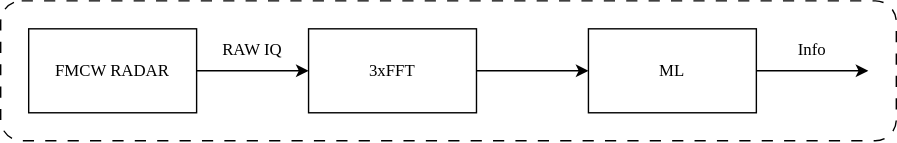
Earlier version of the draw.io export figures/systemDesign/overview/projectProposalSystemOverview.svg (Mikkelnn/ESD7-Project). Source tidied: cells renumbered, new cells last; positions are measured from the earlier drawing's top-left corner, leaving out a move shared by most shapes.
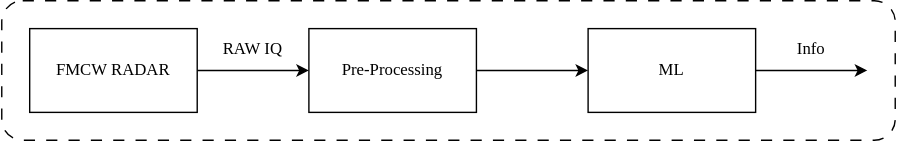
After the commit.

Change to the diagram source:
```diff
@@ -11,7 +11,7 @@
     <mxCell id="4" style="edgeStyle=orthogonalEdgeStyle;rounded=0;jettySize=auto;html=1;fontFamily=Project Font;" parent="1" edge="1" source="5" target="6">
       <mxGeometry relative="1" as="geometry" />
     </mxCell>
-    <mxCell id="5" value="3xFFT" style="rounded=0;whiteSpace=wrap;html=1;fontFamily=Project Font;" parent="1" vertex="1">
+    <mxCell id="5" value="Pre-Processing" style="rounded=0;whiteSpace=wrap;html=1;fontFamily=Project Font;" parent="1" vertex="1">
       <mxGeometry x="220" y="20" width="120" height="60" as="geometry" />
     </mxCell>
     <mxCell id="6" value="ML" style="rounded=0;whiteSpace=wrap;html=1;fontFamily=Project Font;" parent="1" vertex="1">
```
